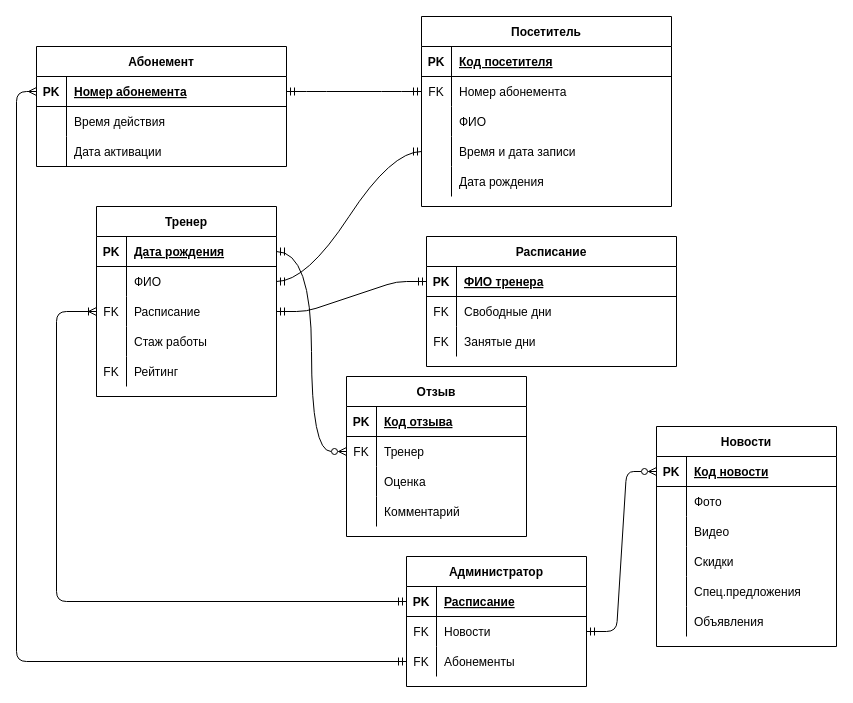
Earlier version of the draw.io diagram ER-диаграмма 2.drawio (yuliapyrikova/-). Source tidied: cells renumbered, new cells numbered last; positions are measured from the earlier drawing's top-left corner, leaving out a move shared by most shapes. Both pictures are drawn from the tidied source at 100%, with x=0, y=0 at pixel (16, 16).
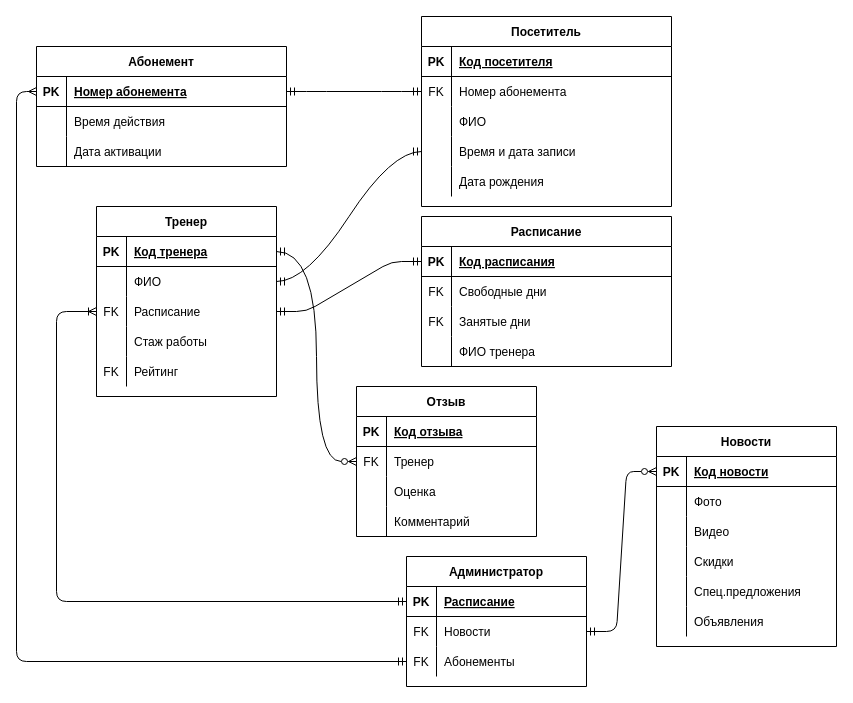
The same page after the edit.

The change refers to these unchanged cells:
```xml
<mxCell id="19" style="shape=partialRectangle;fillColor=none;points=[[0,0.5],[1,0.5]];portConstraint=eastwest;top=0;left=0;right=0;bottom=1;" parent="18" vertex="1">
  <mxGeometry y="30" width="250" height="30" as="geometry" />
</mxCell>
<mxCell id="40" style="shape=partialRectangle;fillColor=none;top=0;left=0;bottom=1;right=0;points=[[0,0.5],[1,0.5]];portConstraint=eastwest;" parent="39" vertex="1">
  <mxGeometry y="30" width="180" height="30" as="geometry" />
</mxCell>
```

Change to the diagram source:
```diff
@@
     <mxCell id="18" value="Расписание" style="shape=table;startSize=30;childLayout=tableLayout;rowLines=0;fontStyle=1;align=center;" parent="1" vertex="1">
-      <mxGeometry x="410" y="220" width="250" height="130" as="geometry" />
+      <mxGeometry x="405" y="200" width="250" height="150" as="geometry" />
     </mxCell>
@@
-    <mxCell id="21" value="ФИО тренера" style="shape=partialRectangle;overflow=hidden;fillColor=none;top=0;left=0;bottom=0;right=0;align=left;spacingLeft=6;fontStyle=5;" parent="19" vertex="1">
+    <mxCell id="21" value="Код расписания" style="shape=partialRectangle;overflow=hidden;fillColor=none;top=0;left=0;bottom=0;right=0;align=left;spacingLeft=6;fontStyle=5;" parent="19" vertex="1">
       <mxGeometry x="30" width="220" height="30" as="geometry" />
     </mxCell>
@@
+    <mxCell id="103" style="shape=partialRectangle;fillColor=none;top=0;left=0;bottom=0;right=0;" parent="18" vertex="1">
+      <mxGeometry y="120" width="250" height="30" as="geometry" />
+    </mxCell>
+    <mxCell id="104" style="shape=partialRectangle;fillColor=none;top=0;left=0;bottom=0;right=0;overflow=hidden;" parent="103" vertex="1">
+      <mxGeometry width="30" height="30" as="geometry" />
+    </mxCell>
+    <mxCell id="105" value="ФИО тренера" style="shape=partialRectangle;fillColor=none;top=0;left=0;bottom=0;right=0;align=left;spacingLeft=6;overflow=hidden;" parent="103" vertex="1">
+      <mxGeometry x="30" width="220" height="30" as="geometry" />
+    </mxCell>
@@
-    <mxCell id="42" value="Дата рождения" style="shape=partialRectangle;fillColor=none;top=0;left=0;bottom=0;right=0;align=left;spacingLeft=6;fontStyle=5;overflow=hidden;" parent="40" vertex="1">
+    <mxCell id="42" value="Код тренера" style="shape=partialRectangle;fillColor=none;top=0;left=0;bottom=0;right=0;align=left;spacingLeft=6;fontStyle=5;overflow=hidden;" parent="40" vertex="1">
       <mxGeometry x="30" width="150" height="30" as="geometry" />
     </mxCell>
@@
     <mxCell id="56" value="Отзыв" style="shape=table;startSize=30;childLayout=tableLayout;rowLines=0;fontStyle=1;align=center;" parent="1" vertex="1">
-      <mxGeometry x="330" y="360" width="180" height="160" as="geometry" />
+      <mxGeometry x="340" y="370" width="180" height="150" as="geometry" />
     </mxCell>
```
